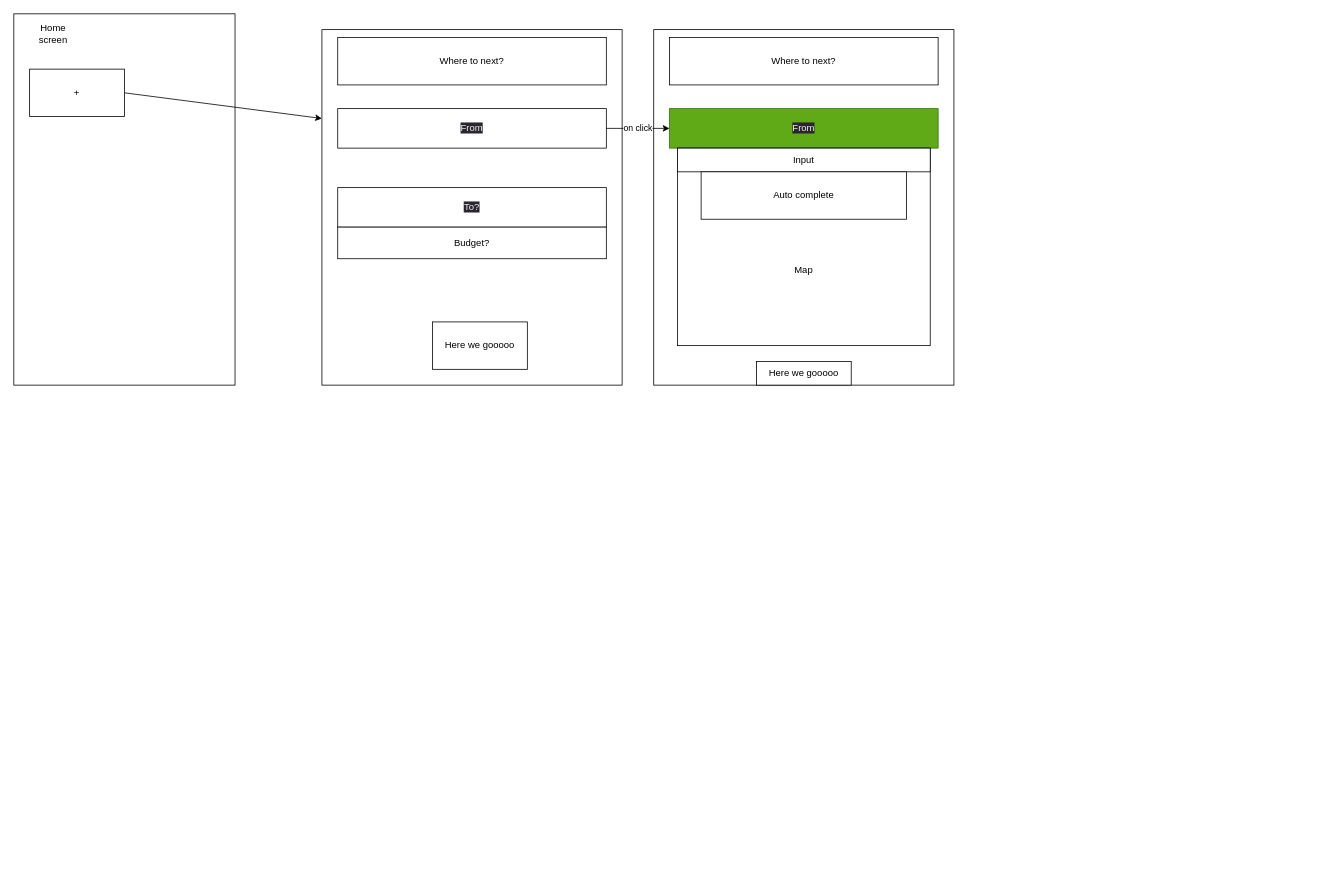
The draw.io diagram page "create-trip" (2 of 6) of docs/views.drawio in Grisou13/travel-log-app, before the edit. Source tidied: cells renumbered, new cells numbered last; positions are measured from the earlier drawing's top-left corner, leaving out a move shared by most shapes. Both pictures are drawn from the tidied source at 79%, with x=0, y=0 at pixel (13, 13).
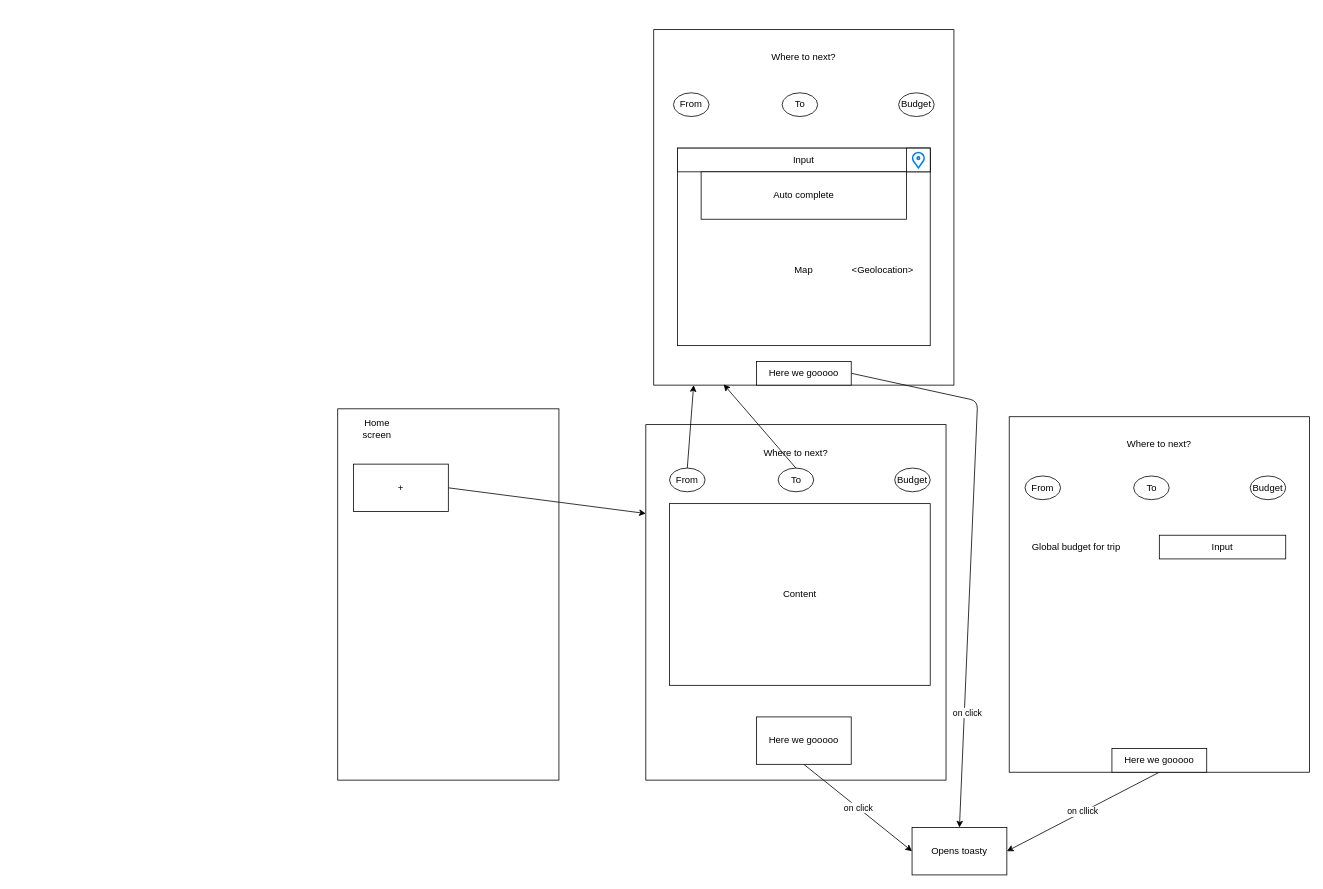
The same diagram, later.

Unchanged cells that the change refers to:
```xml
<mxCell id="7" style="rounded=0;whiteSpace=wrap;html=1;" parent="1" vertex="1">
  <mxGeometry x="810" y="20" width="380" height="450" as="geometry" />
</mxCell>
<mxCell id="10" value="Here we gooooo" style="rounded=0;whiteSpace=wrap;html=1;" parent="1" vertex="1">
  <mxGeometry x="940" y="440" width="120" height="30" as="geometry" />
</mxCell>
```

Diff of the diagram source:
```diff
@@
     <mxCell id="2" style="rounded=0;whiteSpace=wrap;html=1;" parent="1" vertex="1">
-      <mxGeometry x="390" y="20" width="380" height="450" as="geometry" />
+      <mxGeometry x="800" y="520" width="380" height="450" as="geometry" />
     </mxCell>
-    <mxCell id="3" value="Where to next?" style="rounded=0;whiteSpace=wrap;html=1;" parent="1" vertex="1">
-      <mxGeometry x="410" y="30" width="340" height="60" as="geometry" />
-    </mxCell>
-    <mxCell id="4" value="&lt;span style=&quot;color: rgb(240, 240, 240); font-family: Helvetica; font-size: 12px; font-style: normal; font-variant-ligatures: normal; font-variant-caps: normal; font-weight: 400; letter-spacing: normal; orphans: 2; text-align: center; text-indent: 0px; text-transform: none; widows: 2; word-spacing: 0px; -webkit-text-stroke-width: 0px; background-color: rgb(42, 37, 47); text-decoration-thickness: initial; text-decoration-style: initial; text-decoration-color: initial; float: none; display: inline !important;&quot;&gt;From&lt;/span&gt;" style="rounded=0;whiteSpace=wrap;html=1;" parent="1" vertex="1">
-      <mxGeometry x="410" y="120" width="340" height="50" as="geometry" />
-    </mxCell>
-    <mxCell id="5" value="&lt;span style=&quot;color: rgb(240, 240, 240); font-family: Helvetica; font-size: 12px; font-style: normal; font-variant-ligatures: normal; font-variant-caps: normal; font-weight: 400; letter-spacing: normal; orphans: 2; text-align: center; text-indent: 0px; text-transform: none; widows: 2; word-spacing: 0px; -webkit-text-stroke-width: 0px; background-color: rgb(42, 37, 47); text-decoration-thickness: initial; text-decoration-style: initial; text-decoration-color: initial; float: none; display: inline !important;&quot;&gt;To?&lt;/span&gt;" style="rounded=0;whiteSpace=wrap;html=1;" parent="1" vertex="1">
-      <mxGeometry x="410" y="220" width="340" height="50" as="geometry" />
-    </mxCell>
+    <mxCell id="21" value="on click" style="edgeStyle=none;html=1;exitX=0.5;exitY=1;exitDx=0;exitDy=0;entryX=0;entryY=0.5;entryDx=0;entryDy=0;" parent="1" edge="1" source="6" target="47">
+      <mxGeometry relative="1" as="geometry" />
+    </mxCell>
     <mxCell id="6" value="Here we gooooo" style="rounded=0;whiteSpace=wrap;html=1;" parent="1" vertex="1">
-      <mxGeometry x="530" y="390" width="120" height="60" as="geometry" />
+      <mxGeometry x="940" y="890" width="120" height="60" as="geometry" />
     </mxCell>
@@
-    <mxCell id="8" value="Where to next?" style="rounded=0;whiteSpace=wrap;html=1;" parent="1" vertex="1">
-      <mxGeometry x="830" y="30" width="340" height="60" as="geometry" />
-    </mxCell>
-    <mxCell id="9" value="&lt;span style=&quot;color: rgb(240, 240, 240); font-family: Helvetica; font-size: 12px; font-style: normal; font-variant-ligatures: normal; font-variant-caps: normal; font-weight: 400; letter-spacing: normal; orphans: 2; text-align: center; text-indent: 0px; text-transform: none; widows: 2; word-spacing: 0px; -webkit-text-stroke-width: 0px; background-color: rgb(42, 37, 47); text-decoration-thickness: initial; text-decoration-style: initial; text-decoration-color: initial; float: none; display: inline !important;&quot;&gt;From&lt;/span&gt;" style="rounded=0;whiteSpace=wrap;html=1;fillColor=#60a917;fontColor=#ffffff;strokeColor=#2D7600;" parent="1" vertex="1">
-      <mxGeometry x="830" y="120" width="340" height="50" as="geometry" />
-    </mxCell>
+    <mxCell id="22" style="edgeStyle=none;html=1;exitX=1;exitY=0.5;exitDx=0;exitDy=0;entryX=0.5;entryY=0;entryDx=0;entryDy=0;" parent="1" edge="1" source="10" target="47">
+      <mxGeometry relative="1" as="geometry">
+        <Array as="points">
+          <mxPoint x="1220" y="490" />
+        </Array>
+      </mxGeometry>
+    </mxCell>
+    <mxCell id="23" value="on click" style="edgeLabel;html=1;align=center;verticalAlign=middle;" parent="22" vertex="1">
+      <mxGeometry x="0.59" y="3" relative="1" as="geometry">
+        <mxPoint y="-1" as="offset" />
+      </mxGeometry>
+    </mxCell>
@@
-    <mxCell id="11" value="Budget?" style="rounded=0;whiteSpace=wrap;html=1;" parent="1" vertex="1">
-      <mxGeometry x="410" y="270" width="340" height="40" as="geometry" />
-    </mxCell>
@@
     <mxCell id="16" style="rounded=0;whiteSpace=wrap;html=1;" parent="1" vertex="1">
-      <mxGeometry width="280" height="470" as="geometry" />
+      <mxGeometry x="410" y="500" width="280" height="470" as="geometry" />
     </mxCell>
     <mxCell id="17" value="Home screen" style="text;html=1;strokeColor=none;fillColor=none;align=center;verticalAlign=middle;whiteSpace=wrap;rounded=0;" parent="1" vertex="1">
-      <mxGeometry x="20" y="10" width="60" height="30" as="geometry" />
+      <mxGeometry x="430" y="510" width="60" height="30" as="geometry" />
     </mxCell>
@@
     <mxCell id="19" value="+" style="rounded=0;whiteSpace=wrap;html=1;" parent="1" vertex="1">
-      <mxGeometry x="20" y="70" width="120" height="60" as="geometry" />
+      <mxGeometry x="430" y="570" width="120" height="60" as="geometry" />
     </mxCell>
-    <mxCell id="20" value="on click" style="edgeStyle=none;html=1;exitX=1;exitY=0.5;exitDx=0;exitDy=0;entryX=0;entryY=0.5;entryDx=0;entryDy=0;" parent="1" edge="1" source="4" target="9">
-      <mxGeometry relative="1" as="geometry" />
-    </mxCell>
+    <mxCell id="24" value="&amp;lt;Geolocation&amp;gt;" style="text;html=1;strokeColor=none;fillColor=none;align=center;verticalAlign=middle;whiteSpace=wrap;rounded=0;" parent="1" vertex="1">
+      <mxGeometry x="1070" y="310" width="60" height="30" as="geometry" />
+    </mxCell>
+    <mxCell id="25" value="Where to next?" style="text;html=1;strokeColor=none;fillColor=none;align=center;verticalAlign=middle;whiteSpace=wrap;rounded=0;" parent="1" vertex="1">
+      <mxGeometry x="925" y="541" width="130" height="30" as="geometry" />
+    </mxCell>
+    <mxCell id="26" style="rounded=0;whiteSpace=wrap;html=1;" parent="1" vertex="1">
+      <mxGeometry x="1130" y="170" width="30" height="30" as="geometry" />
+    </mxCell>
+    <mxCell id="27" style="html=1;verticalLabelPosition=bottom;align=center;labelBackgroundColor=#ffffff;verticalAlign=top;strokeWidth=2;strokeColor=#0080F0;shadow=0;dashed=0;shape=mxgraph.ios7.icons.location;" parent="1" vertex="1">
+      <mxGeometry x="1137" y="175" width="16" height="20" as="geometry" />
+    </mxCell>
+    <mxCell id="28" style="edgeStyle=none;html=1;exitX=0.5;exitY=0;exitDx=0;exitDy=0;entryX=0.133;entryY=1;entryDx=0;entryDy=0;entryPerimeter=0;" parent="1" edge="1" source="29" target="7">
+      <mxGeometry relative="1" as="geometry" />
+    </mxCell>
+    <mxCell id="29" value="From" style="ellipse;whiteSpace=wrap;html=1;" parent="1" vertex="1">
+      <mxGeometry x="830" y="575" width="45" height="30" as="geometry" />
+    </mxCell>
+    <mxCell id="30" style="edgeStyle=none;html=1;exitX=0.5;exitY=0;exitDx=0;exitDy=0;entryX=0.233;entryY=0.998;entryDx=0;entryDy=0;entryPerimeter=0;" parent="1" edge="1" source="31" target="7">
+      <mxGeometry relative="1" as="geometry" />
+    </mxCell>
+    <mxCell id="31" value="To" style="ellipse;whiteSpace=wrap;html=1;" parent="1" vertex="1">
+      <mxGeometry x="967.5" y="575" width="45" height="30" as="geometry" />
+    </mxCell>
+    <mxCell id="32" value="Budget" style="ellipse;whiteSpace=wrap;html=1;" parent="1" vertex="1">
+      <mxGeometry x="1115" y="575" width="45" height="30" as="geometry" />
+    </mxCell>
+    <mxCell id="33" value="Content" style="rounded=0;whiteSpace=wrap;html=1;" parent="1" vertex="1">
+      <mxGeometry x="830" y="620" width="330" height="230" as="geometry" />
+    </mxCell>
+    <mxCell id="34" value="Where to next?" style="text;html=1;strokeColor=none;fillColor=none;align=center;verticalAlign=middle;whiteSpace=wrap;rounded=0;" parent="1" vertex="1">
+      <mxGeometry x="935" y="40" width="130" height="30" as="geometry" />
+    </mxCell>
+    <mxCell id="35" style="rounded=0;whiteSpace=wrap;html=1;" parent="1" vertex="1">
+      <mxGeometry x="1260" y="510" width="380" height="450" as="geometry" />
+    </mxCell>
+    <mxCell id="36" value="on cllick" style="edgeStyle=none;html=1;exitX=0.5;exitY=1;exitDx=0;exitDy=0;entryX=1;entryY=0.5;entryDx=0;entryDy=0;" parent="1" edge="1" source="37" target="47">
+      <mxGeometry relative="1" as="geometry" />
+    </mxCell>
+    <mxCell id="37" value="Here we gooooo" style="rounded=0;whiteSpace=wrap;html=1;" parent="1" vertex="1">
+      <mxGeometry x="1390" y="930" width="120" height="30" as="geometry" />
+    </mxCell>
+    <mxCell id="38" value="Input" style="rounded=0;whiteSpace=wrap;html=1;" parent="1" vertex="1">
+      <mxGeometry x="1450" y="660" width="160" height="30" as="geometry" />
+    </mxCell>
+    <mxCell id="39" value="Where to next?" style="text;html=1;strokeColor=none;fillColor=none;align=center;verticalAlign=middle;whiteSpace=wrap;rounded=0;" parent="1" vertex="1">
+      <mxGeometry x="1385" y="530" width="130" height="30" as="geometry" />
+    </mxCell>
+    <mxCell id="40" value="From" style="ellipse;whiteSpace=wrap;html=1;" parent="1" vertex="1">
+      <mxGeometry x="835" y="100" width="45" height="30" as="geometry" />
+    </mxCell>
+    <mxCell id="41" value="To" style="ellipse;whiteSpace=wrap;html=1;" parent="1" vertex="1">
+      <mxGeometry x="972.5" y="100" width="45" height="30" as="geometry" />
+    </mxCell>
+    <mxCell id="42" value="Budget" style="ellipse;whiteSpace=wrap;html=1;" parent="1" vertex="1">
+      <mxGeometry x="1120" y="100" width="45" height="30" as="geometry" />
+    </mxCell>
+    <mxCell id="43" value="From" style="ellipse;whiteSpace=wrap;html=1;" parent="1" vertex="1">
+      <mxGeometry x="1280" y="585" width="45" height="30" as="geometry" />
+    </mxCell>
+    <mxCell id="44" value="To" style="ellipse;whiteSpace=wrap;html=1;" parent="1" vertex="1">
+      <mxGeometry x="1417.5" y="585" width="45" height="30" as="geometry" />
+    </mxCell>
+    <mxCell id="45" value="Budget" style="ellipse;whiteSpace=wrap;html=1;" parent="1" vertex="1">
+      <mxGeometry x="1565" y="585" width="45" height="30" as="geometry" />
+    </mxCell>
+    <mxCell id="46" value="Global budget for trip" style="text;html=1;strokeColor=none;fillColor=none;align=center;verticalAlign=middle;whiteSpace=wrap;rounded=0;" parent="1" vertex="1">
+      <mxGeometry x="1280" y="660" width="130" height="30" as="geometry" />
+    </mxCell>
+    <mxCell id="47" value="Opens toasty" style="rounded=0;whiteSpace=wrap;html=1;" parent="1" vertex="1">
+      <mxGeometry x="1137" y="1030" width="120" height="60" as="geometry" />
+    </mxCell>
```
